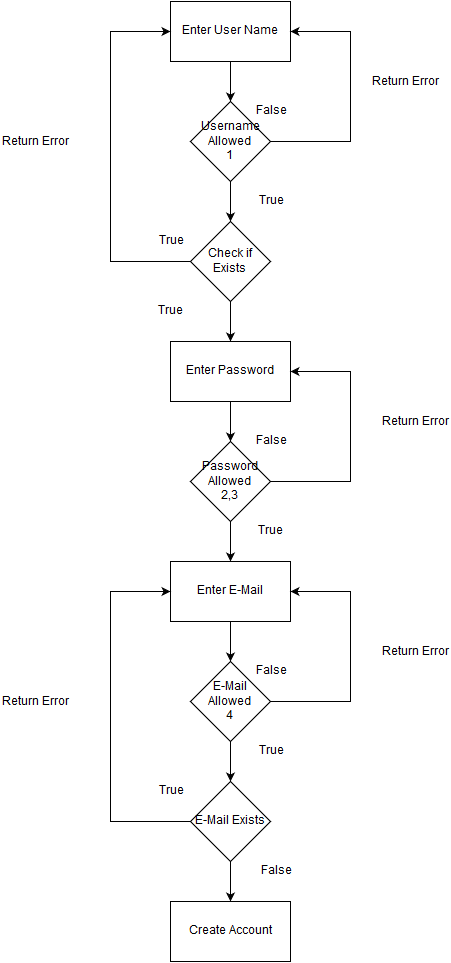
This is Flowcharts/Flowchart Registration.png from Pbdekeijzer/Project5-6, a draw.io export, as it was before one commit. Source tidied: cells renumbered, new cells last; positions are measured from the earlier drawing's top-left corner, leaving out a move shared by most shapes.
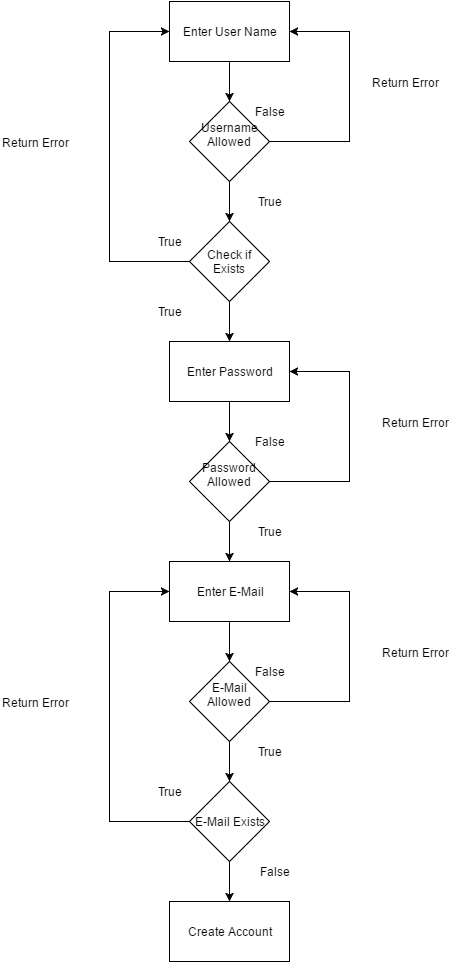
The same file after the commit.

What changed in the source:
```diff
@@ -19,7 +19,7 @@
         </Array>
       </mxGeometry>
     </mxCell>
-    <mxCell id="6" value="Username Allowed&lt;br&gt;1&lt;br&gt;" style="rhombus;whiteSpace=wrap;html=1;" parent="1" vertex="1">
+    <mxCell id="6" value="Username Allowed&lt;br&gt;&lt;br&gt;" style="rhombus;whiteSpace=wrap;html=1;" parent="1" vertex="1">
       <mxGeometry x="200" y="100" width="80" height="80" as="geometry" />
     </mxCell>
     <mxCell id="7" style="edgeStyle=orthogonalEdgeStyle;rounded=0;html=1;exitX=0.5;exitY=1;startArrow=none;startFill=0;endArrow=classic;endFill=1;jettySize=auto;strokeWidth=1;" parent="1" edge="1" source="9" target="11">
@@ -53,7 +53,7 @@
         </Array>
       </mxGeometry>
     </mxCell>
-    <mxCell id="14" value="Password Allowed&lt;br&gt;2,3&lt;br&gt;" style="rhombus;whiteSpace=wrap;html=1;" parent="1" vertex="1">
+    <mxCell id="14" value="Password Allowed&lt;br&gt;&lt;br&gt;" style="rhombus;whiteSpace=wrap;html=1;" parent="1" vertex="1">
       <mxGeometry x="200" y="440" width="80" height="80" as="geometry" />
     </mxCell>
     <mxCell id="15" style="edgeStyle=orthogonalEdgeStyle;rounded=0;html=1;exitX=0.5;exitY=1;entryX=0.5;entryY=0;startArrow=none;startFill=0;endArrow=classic;endFill=1;jettySize=auto;strokeWidth=1;" parent="1" edge="1" source="16" target="19">
@@ -73,7 +73,7 @@
         </Array>
       </mxGeometry>
     </mxCell>
-    <mxCell id="19" value="E-Mail Allowed&lt;br&gt;4&lt;br&gt;" style="rhombus;whiteSpace=wrap;html=1;" parent="1" vertex="1">
+    <mxCell id="19" value="E-Mail Allowed&lt;br&gt;&lt;br&gt;" style="rhombus;whiteSpace=wrap;html=1;" parent="1" vertex="1">
       <mxGeometry x="200" y="660" width="80" height="80" as="geometry" />
     </mxCell>
     <mxCell id="20" style="edgeStyle=orthogonalEdgeStyle;rounded=0;html=1;exitX=0.5;exitY=1;startArrow=none;startFill=0;endArrow=classic;endFill=1;jettySize=auto;strokeWidth=1;" parent="1" edge="1" source="22" target="23">
```
